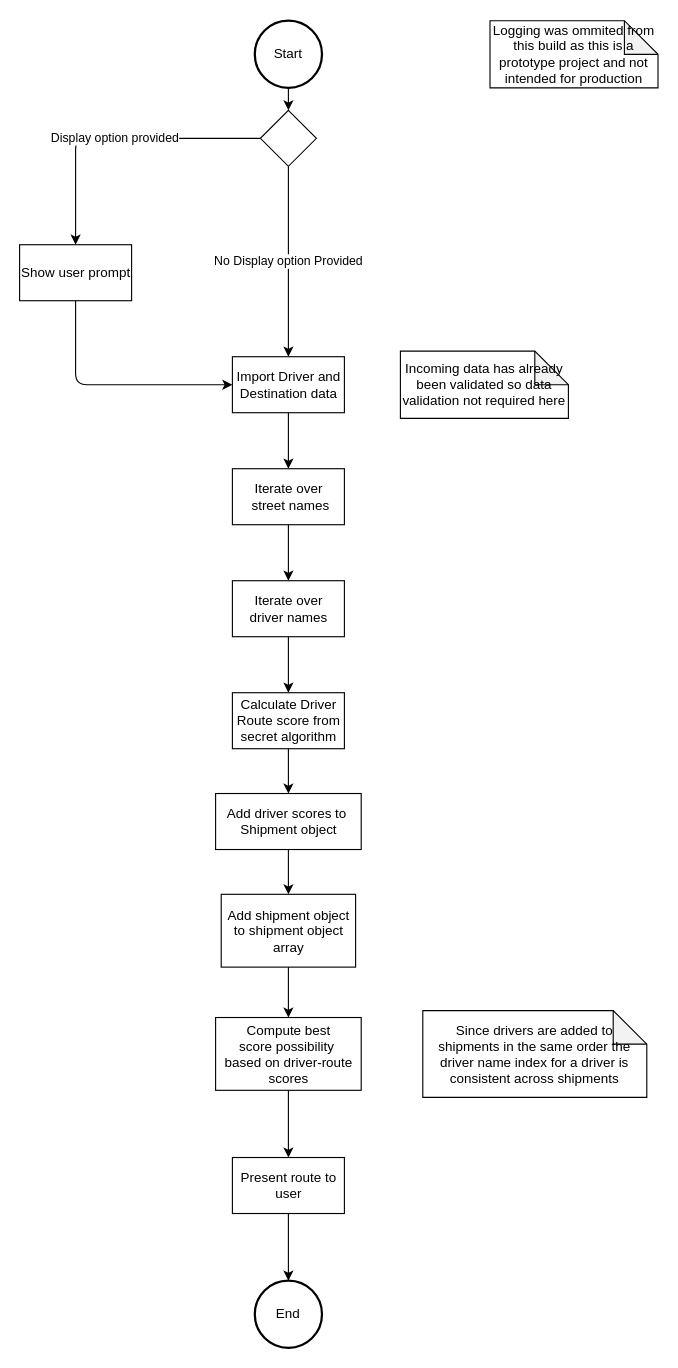
Before: uml/UML.dio in jhutch2342/PlatSciSecretAlgo, a draw.io diagram. Source tidied: cells renumbered, new cells numbered last; positions are measured from the earlier drawing's top-left corner, leaving out a move shared by most shapes. Both pictures are drawn from the tidied source at 112%, with x=0, y=0 at pixel (19, 20).
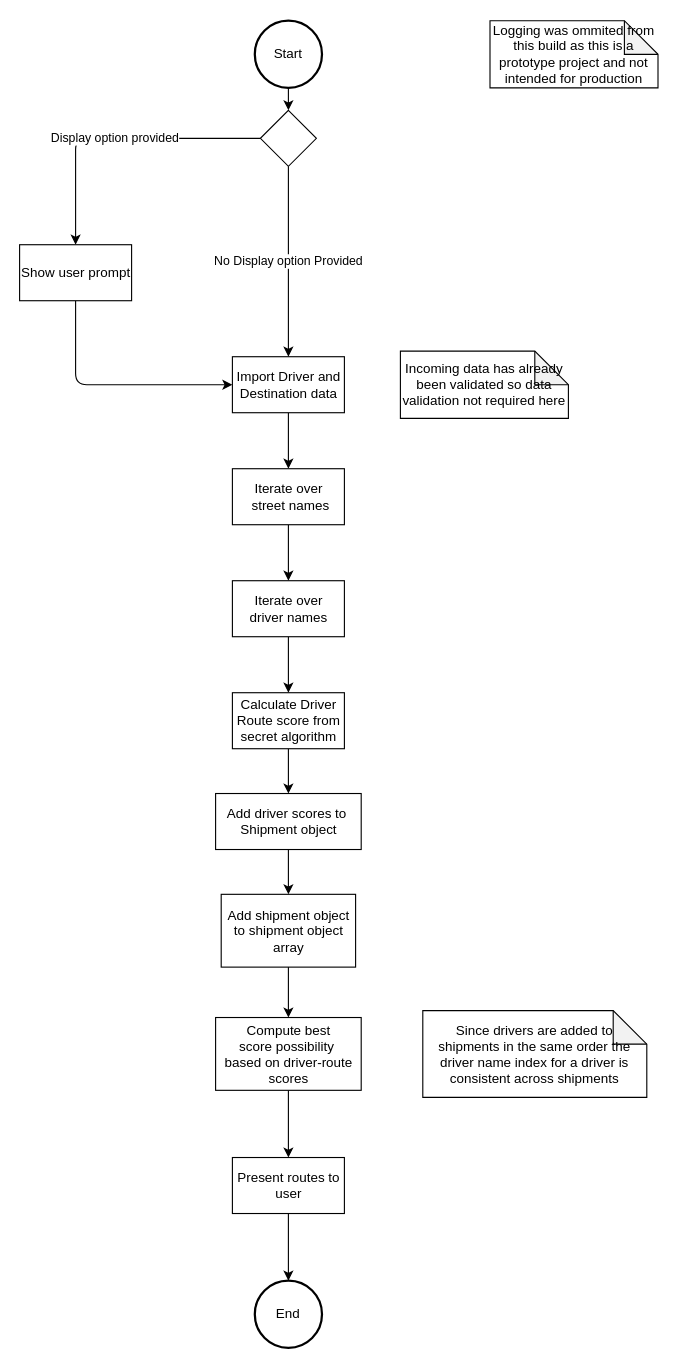
After the change.

Commit message (it also covers changes not shown here):
Added handling for the edge case of more drivers than routes and of more routes than drivers

Diff of the diagram source:
```diff
@@
-    <mxCell id="23" value="Present route to&lt;br&gt;user" style="html=1;dashed=0;whitespace=wrap;" parent="1" vertex="1">
+    <mxCell id="23" value="Present routes to&lt;br&gt;user" style="html=1;dashed=0;whitespace=wrap;" parent="1" vertex="1">
       <mxGeometry x="190" y="1015" width="100" height="50" as="geometry" />
     </mxCell>
```
